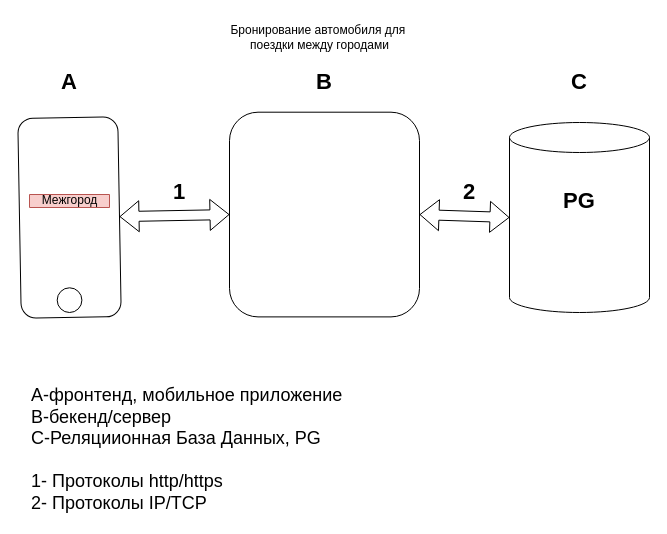
Earlier version of the draw.io diagram Tsaplina_Svetlana/Архитектура.drawio (abdullahproff/BSA21_1). Source tidied: cells renumbered, new cells numbered last; positions are measured from the earlier drawing's top-left corner, leaving out a move shared by most shapes. Both pictures are drawn from the tidied source at 100%, with x=0, y=0 at pixel (-31, 17).
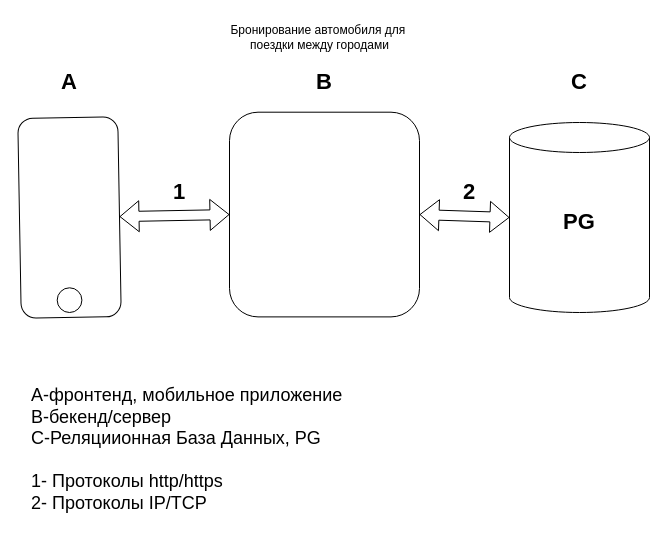
The same diagram, later.

The edit, as a diff of the source:
```diff
@@
 <mxGraphModel>
   <root>
     <mxCell id="0" />
     <mxCell id="1" parent="0" />
     <mxCell id="2" style="shape=cylinder3;whiteSpace=wrap;html=1;boundedLbl=1;backgroundOutline=1;size=15;" parent="1" vertex="1">
       <mxGeometry x="540" y="105" width="140" height="190" as="geometry" />
     </mxCell>
     <mxCell id="3" style="rounded=1;whiteSpace=wrap;html=1;rotation=89;" parent="1" vertex="1">
       <mxGeometry y="150" width="200" height="100" as="geometry" />
     </mxCell>
     <mxCell id="4" style="ellipse;whiteSpace=wrap;html=1;" parent="1" vertex="1">
       <mxGeometry x="87.7" y="270.3" width="24.7" height="24.7" as="geometry" />
     </mxCell>
     <mxCell id="5" style="rounded=1;whiteSpace=wrap;html=1;" parent="1" vertex="1">
       <mxGeometry x="260" y="94.7" width="190" height="204.7" as="geometry" />
     </mxCell>
     <mxCell id="6" value="A" style="text;html=1;strokeColor=none;fillColor=none;align=center;verticalAlign=middle;whiteSpace=wrap;rounded=0;fontStyle=1;fontSize=22;" parent="1" vertex="1">
       <mxGeometry x="70" y="50" width="60" height="30" as="geometry" />
     </mxCell>
     <mxCell id="7" value="B" style="text;html=1;strokeColor=none;fillColor=none;align=center;verticalAlign=middle;whiteSpace=wrap;rounded=0;fontStyle=1;fontSize=22;" parent="1" vertex="1">
       <mxGeometry x="325" y="50" width="60" height="30" as="geometry" />
     </mxCell>
     <mxCell id="8" value="C" style="text;html=1;strokeColor=none;fillColor=none;align=center;verticalAlign=middle;whiteSpace=wrap;rounded=0;fontStyle=1;fontSize=22;" parent="1" vertex="1">
       <mxGeometry x="580" y="50" width="60" height="30" as="geometry" />
     </mxCell>
     <mxCell id="9" style="shape=flexArrow;endArrow=classic;startArrow=classic;html=1;rounded=0;fontSize=22;exitX=0.5;exitY=0;exitDx=0;exitDy=0;entryX=0;entryY=0.5;entryDx=0;entryDy=0;" parent="1" edge="1" source="3" target="5">
       <mxGeometry relative="1" as="geometry" />
     </mxCell>
     <mxCell id="10" style="shape=flexArrow;endArrow=classic;startArrow=classic;html=1;rounded=0;fontSize=22;entryX=0;entryY=0.5;entryDx=0;entryDy=0;entryPerimeter=0;exitX=1;exitY=0.5;exitDx=0;exitDy=0;" parent="1" edge="1" source="5" target="2">
       <mxGeometry relative="1" as="geometry" />
     </mxCell>
     <mxCell id="11" value="&lt;b&gt;1&lt;/b&gt;" style="text;html=1;strokeColor=none;fillColor=none;align=center;verticalAlign=middle;whiteSpace=wrap;rounded=0;fontSize=22;" parent="1" vertex="1">
       <mxGeometry x="180" y="160" width="60" height="30" as="geometry" />
     </mxCell>
     <mxCell id="12" value="&lt;b&gt;2&lt;/b&gt;" style="text;html=1;strokeColor=none;fillColor=none;align=center;verticalAlign=middle;whiteSpace=wrap;rounded=0;fontSize=22;" parent="1" vertex="1">
       <mxGeometry x="470" y="160" width="60" height="30" as="geometry" />
     </mxCell>
     <mxCell id="13" value="A-фронтенд, мобильное приложение&lt;br style=&quot;font-size: 18px;&quot;&gt;B-бекенд/сервер&lt;br style=&quot;font-size: 18px;&quot;&gt;C-Реляциионная База Данных, PG&lt;br style=&quot;font-size: 18px;&quot;&gt;" style="text;html=1;strokeColor=none;fillColor=none;align=left;verticalAlign=middle;whiteSpace=wrap;rounded=0;fontSize=18;" parent="1" vertex="1">
       <mxGeometry x="60" y="350" width="440" height="100" as="geometry" />
     </mxCell>
     <mxCell id="14" value="PG" style="text;html=1;strokeColor=none;fillColor=none;align=center;verticalAlign=middle;whiteSpace=wrap;rounded=0;fontSize=22;fontStyle=1;" parent="1" vertex="1">
-      <mxGeometry x="580" y="168.5" width="60" height="30" as="geometry" />
+      <mxGeometry x="580" y="190" width="60" height="30" as="geometry" />
     </mxCell>
     <mxCell id="15" value="1- Протоколы http/https&lt;br style=&quot;font-size: 18px;&quot;&gt;2- Протоколы IP/TCP" style="text;html=1;strokeColor=none;fillColor=none;align=left;verticalAlign=middle;whiteSpace=wrap;rounded=0;fontSize=18;" parent="1" vertex="1">
       <mxGeometry x="60" y="450" width="390" height="50" as="geometry" />
     </mxCell>
-    <mxCell id="16" value="Межгород" style="verticalLabelPosition=middle;verticalAlign=middle;html=1;shape=mxgraph.basic.patternFillRect;fillStyle=diag;step=5;fillStrokeWidth=0.2;fillStrokeColor=#dddddd;labelPosition=center;align=center;fillColor=#f8cecc;strokeColor=#b85450;fontFamily=Comic Sans MS;rounded=1;" parent="1" vertex="1">
-      <mxGeometry x="60" y="177" width="80" height="13" as="geometry" />
-    </mxCell>
     <mxCell id="17" value="Бронирование автомобиля для&amp;nbsp;&lt;div&gt;поездки между городами&lt;/div&gt;" style="text;html=1;align=center;verticalAlign=middle;strokeColor=none;fillColor=none;" parent="1" vertex="1">
       <mxGeometry x="250" width="200" height="40" as="geometry" />
     </mxCell>
   </root>
 </mxGraphModel>
```
